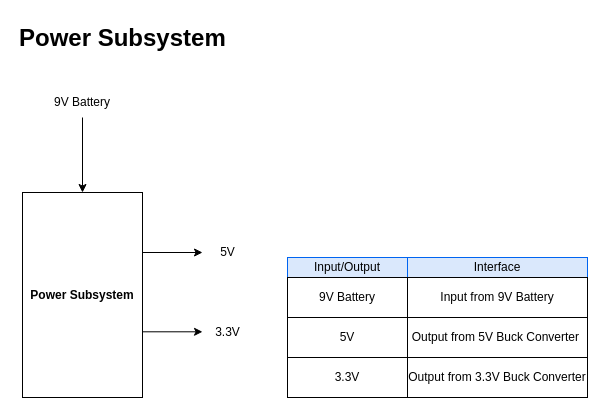
Before: PowerSubsystem.drawio in Verkandos/buzzcar, a draw.io diagram. Source tidied: cells renumbered, new cells numbered last; positions are measured from the earlier drawing's top-left corner, leaving out a move shared by most shapes. Both pictures are drawn from the tidied source at 100%, with x=0, y=0 at pixel (17, 17).
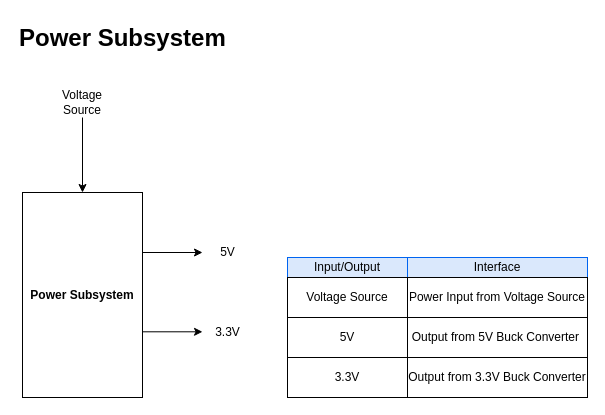
The same page after the edit.

The edit, as a diff of the source:
```diff
@@
-    <mxCell id="9" value="9V Battery" style="text;html=1;align=center;verticalAlign=middle;whiteSpace=wrap;rounded=0;" parent="1" vertex="1">
+    <mxCell id="9" value="Voltage Source" style="text;html=1;align=center;verticalAlign=middle;whiteSpace=wrap;rounded=0;" parent="1" vertex="1">
       <mxGeometry x="35" y="70" width="60" height="30" as="geometry" />
     </mxCell>
@@
-    <mxCell id="12" value="9V Battery" style="rounded=0;whiteSpace=wrap;html=1;" parent="1" vertex="1">
+    <mxCell id="12" value="Voltage Source" style="rounded=0;whiteSpace=wrap;html=1;" parent="1" vertex="1">
       <mxGeometry x="270" y="260" width="120" height="40" as="geometry" />
     </mxCell>
-    <mxCell id="13" value="Input from 9V Battery" style="rounded=0;whiteSpace=wrap;html=1;" parent="1" vertex="1">
+    <mxCell id="13" value="Power Input from Voltage Source" style="rounded=0;whiteSpace=wrap;html=1;" parent="1" vertex="1">
       <mxGeometry x="390" y="260" width="180" height="40" as="geometry" />
     </mxCell>
```
